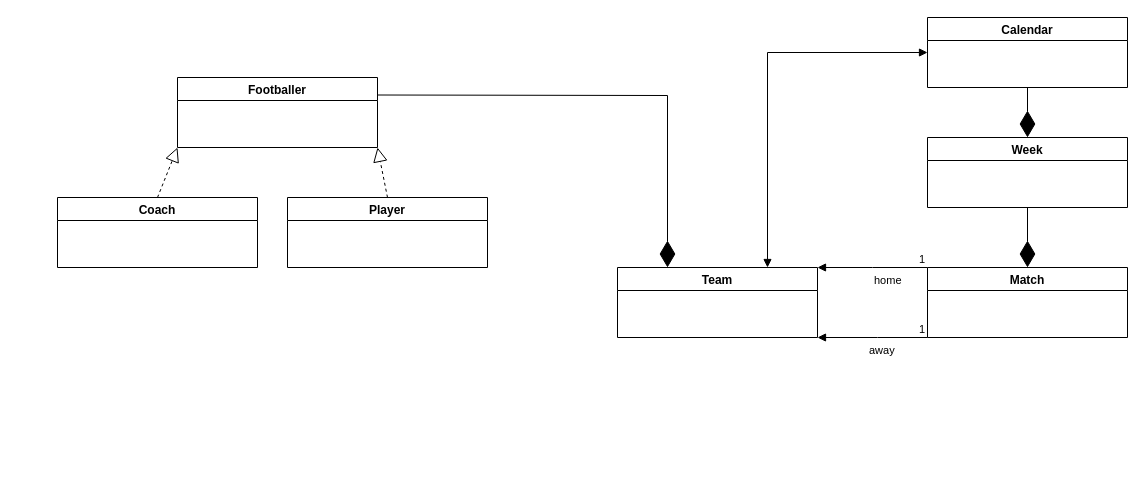
Above: src/Models/Model.drawio in samuelcasanova/samuelcasanova.github.io (draw.io), before the change. Source tidied: cells renumbered, new cells numbered last; positions are measured from the earlier drawing's top-left corner, leaving out a move shared by most shapes. Both pictures are drawn from the tidied source at 100%, with x=0, y=0 at pixel (57, 17).
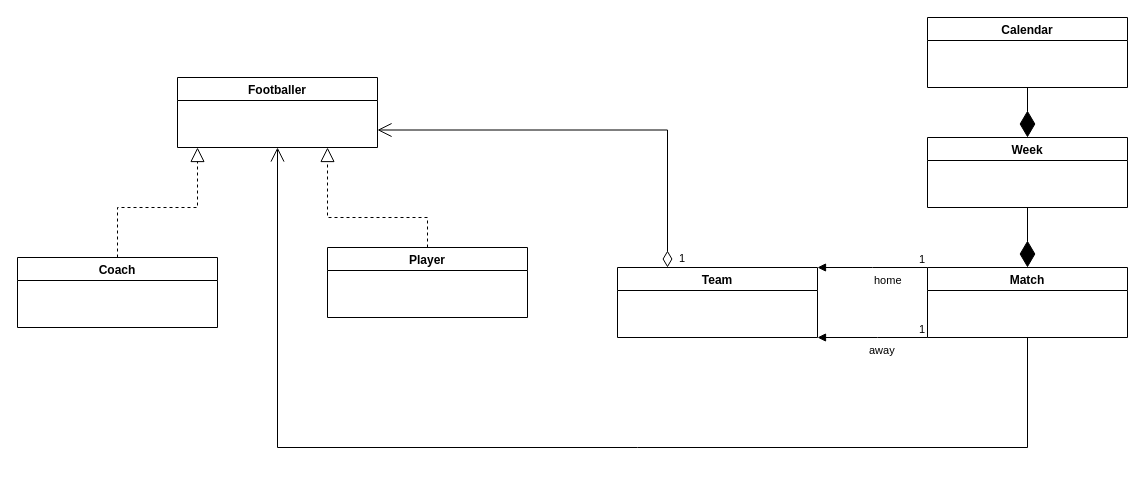
The same page after the edit.

The change refers to these unchanged cells:
```xml
<mxCell id="2" value="Footballer" style="swimlane;" parent="1" vertex="1">
  <mxGeometry x="120" y="60" width="200" height="70" as="geometry" />
</mxCell>
<mxCell id="7" value="Calendar" style="swimlane;" parent="1" vertex="1">
  <mxGeometry x="870" width="200" height="70" as="geometry" />
</mxCell>
<mxCell id="10" value="Match" style="swimlane;" parent="1" vertex="1">
  <mxGeometry x="870" y="250" width="200" height="70" as="geometry" />
</mxCell>
<mxCell id="12" value="Team" style="swimlane;" parent="1" vertex="1">
  <mxGeometry x="560" y="250" width="200" height="70" as="geometry" />
</mxCell>
```

What changed in the source:
```diff
@@
     <mxCell id="3" value="Player" style="swimlane;" parent="1" vertex="1">
-      <mxGeometry x="230" y="180" width="200" height="70" as="geometry" />
+      <mxGeometry x="270" y="230" width="200" height="70" as="geometry" />
     </mxCell>
     <mxCell id="4" value="Coach" style="swimlane;" parent="1" vertex="1">
-      <mxGeometry y="180" width="200" height="70" as="geometry" />
+      <mxGeometry x="-40" y="240" width="200" height="70" as="geometry" />
     </mxCell>
-    <mxCell id="5" style="endArrow=block;dashed=1;endFill=0;endSize=12;html=1;rounded=0;entryX=0;entryY=1;entryDx=0;entryDy=0;exitX=0.5;exitY=0;exitDx=0;exitDy=0;" parent="1" edge="1" source="4" target="2">
-      <mxGeometry relative="1" as="geometry" />
+    <mxCell id="5" style="endArrow=block;dashed=1;endFill=0;endSize=12;html=1;rounded=0;exitX=0.5;exitY=0;exitDx=0;exitDy=0;" parent="1" edge="1" source="4">
+      <mxGeometry relative="1" as="geometry">
+        <mxPoint x="140" y="130" as="targetPoint" />
+        <Array as="points">
+          <mxPoint x="60" y="190" />
+          <mxPoint x="140" y="190" />
+        </Array>
+      </mxGeometry>
     </mxCell>
-    <mxCell id="6" style="endArrow=block;dashed=1;endFill=0;endSize=12;html=1;rounded=0;entryX=1;entryY=1;entryDx=0;entryDy=0;exitX=0.5;exitY=0;exitDx=0;exitDy=0;" parent="1" edge="1" source="3" target="2">
-      <mxGeometry relative="1" as="geometry" />
+    <mxCell id="6" style="endArrow=block;dashed=1;endFill=0;endSize=12;html=1;rounded=0;entryX=0.75;entryY=1;entryDx=0;entryDy=0;exitX=0.5;exitY=0;exitDx=0;exitDy=0;" parent="1" edge="1" source="3" target="2">
+      <mxGeometry relative="1" as="geometry">
+        <Array as="points">
+          <mxPoint x="370" y="200" />
+          <mxPoint x="270" y="200" />
+        </Array>
+      </mxGeometry>
     </mxCell>
@@
-    <mxCell id="17" style="endArrow=diamondThin;endFill=1;endSize=24;html=1;rounded=0;exitX=1;exitY=0.25;exitDx=0;exitDy=0;entryX=0.25;entryY=0;entryDx=0;entryDy=0;" parent="1" edge="1" source="2" target="12">
-      <mxGeometry relative="1" as="geometry">
-        <Array as="points">
-          <mxPoint x="610" y="78" />
-        </Array>
-      </mxGeometry>
-    </mxCell>
-    <mxCell id="18" style="endArrow=block;startArrow=block;endFill=1;startFill=1;html=1;rounded=0;entryX=0;entryY=0.5;entryDx=0;entryDy=0;exitX=0.75;exitY=0;exitDx=0;exitDy=0;" parent="1" edge="1" source="12" target="7">
-      <mxGeometry relative="1" as="geometry">
-        <Array as="points">
-          <mxPoint x="710" y="35" />
-        </Array>
-      </mxGeometry>
-    </mxCell>
+    <mxCell id="19" value="1" style="endArrow=open;html=1;endSize=12;startArrow=diamondThin;startSize=14;startFill=0;edgeStyle=orthogonalEdgeStyle;align=left;verticalAlign=bottom;rounded=0;entryX=1;entryY=0.75;entryDx=0;entryDy=0;exitX=0.25;exitY=0;exitDx=0;exitDy=0;" parent="1" edge="1" source="12" target="2">
+      <mxGeometry x="-1" y="-10" relative="1" as="geometry" />
+    </mxCell>
+    <mxCell id="20" style="endArrow=open;endFill=1;endSize=12;html=1;rounded=0;entryX=0.5;entryY=1;entryDx=0;entryDy=0;exitX=0.5;exitY=1;exitDx=0;exitDy=0;" parent="1" edge="1" source="10" target="2">
+      <mxGeometry relative="1" as="geometry">
+        <Array as="points">
+          <mxPoint x="970" y="430" />
+          <mxPoint x="580" y="430" />
+          <mxPoint x="220" y="430" />
+        </Array>
+      </mxGeometry>
+    </mxCell>
```
